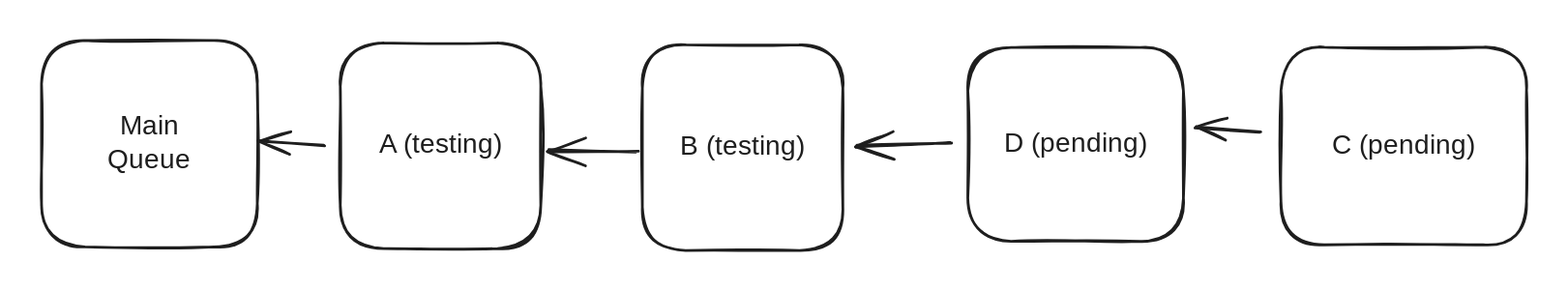
The Excalidraw diagram .gitbook/assets/file.excalidraw (1).svg in trunk-io/docs, before a commit. Source tidied: one line per element, renumbered; positions are measured from the earlier drawing's top-left corner, leaving out a move shared by most shapes.
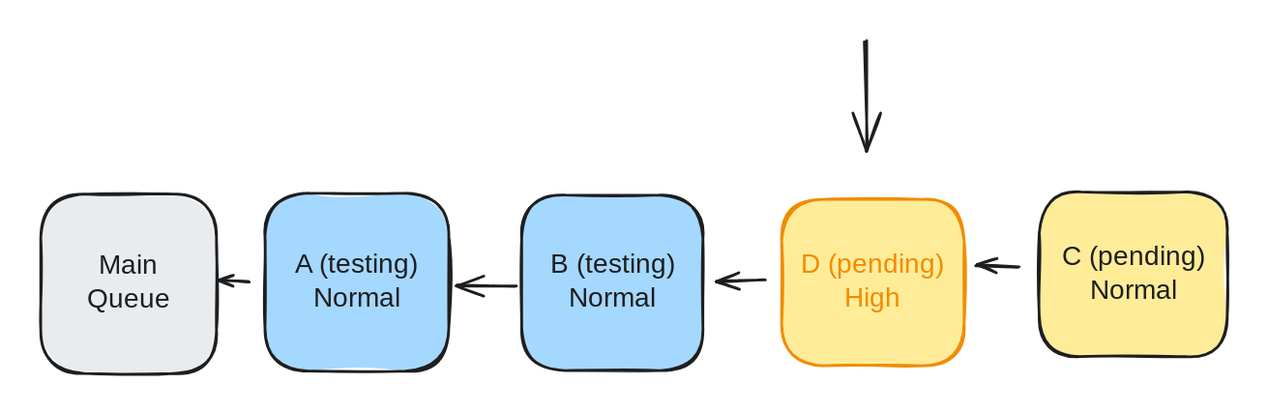
The same file after the commit.

The edit, as a diff of the source:
```diff
@@ -1,14 +1,15 @@
-{"id": 0, "type": "rectangle", "strokeColor": "#1e1e1e", "strokeWidth": 2, "roughness": 1, "round": true, "x": 0, "y": 0, "width": 160, "height": 153}
+{"id": 0, "type": "rectangle", "strokeColor": "#1e1e1e", "backgroundColor": "#e9ecef", "fillStyle": "solid", "strokeWidth": 2, "roughness": 1, "round": true, "x": 49, "y": 10, "width": 130, "height": 132}
-{"id": 1, "type": "text", "text": "Main\nQueue", "strokeColor": "#1e1e1e", "strokeWidth": 2, "roughness": 1, "fontSize": 20, "fontFamily": 1, "textAlign": "center", "verticalAlign": "middle", "inside": 0, "x": 50, "y": 51, "width": 59, "height": 50}
+{"id": 1, "type": "text", "text": "Main\nQueue", "strokeColor": "#1e1e1e", "strokeWidth": 2, "roughness": 1, "fontSize": 20, "fontFamily": 1, "textAlign": "center", "verticalAlign": "middle", "inside": 0, "x": 85, "y": 52, "width": 59, "height": 50}
-{"id": 2, "type": "rectangle", "strokeColor": "#1e1e1e", "strokeWidth": 2, "roughness": 1, "round": true, "x": 221, "y": 2, "width": 148, "height": 152}
+{"id": 2, "type": "rectangle", "strokeColor": "#1e1e1e", "backgroundColor": "#a5d8ff", "fillStyle": "solid", "strokeWidth": 2, "roughness": 1, "round": true, "x": 215, "y": 10, "width": 136, "height": 132}
-{"id": 3, "type": "text", "text": "A (testing)", "strokeColor": "#1e1e1e", "strokeWidth": 2, "roughness": 1, "fontSize": 20, "fontFamily": 1, "textAlign": "center", "verticalAlign": "middle", "inside": 2, "x": 242, "y": 65, "width": 106, "height": 25}
+{"id": 3, "type": "text", "text": "A (testing)\nNormal", "strokeColor": "#1e1e1e", "strokeWidth": 2, "roughness": 1, "fontSize": 20, "fontFamily": 1, "textAlign": "center", "verticalAlign": "middle", "inside": 2, "x": 230, "y": 51, "width": 106, "height": 50}
-{"id": 4, "type": "arrow", "strokeColor": "#1e1e1e", "strokeWidth": 2, "roughness": 1, "endArrowhead": "arrow", "round": true, "from": 2, "to": 0, "x": 209, "y": 78, "width": 49, "height": 3, "points": [[0, 0], [-49, -3]]}
+{"id": 4, "type": "arrow", "strokeColor": "#1e1e1e", "strokeWidth": 2, "roughness": 1, "endArrowhead": "arrow", "round": true, "from": 2, "to": 0, "x": 204, "y": 76, "width": 23, "height": 1, "points": [[0, 0], [-23, -1]]}
-{"id": 5, "type": "rectangle", "strokeColor": "#1e1e1e", "strokeWidth": 2, "roughness": 1, "round": true, "x": 444, "y": 3, "width": 148, "height": 152}
+{"id": 5, "type": "rectangle", "strokeColor": "#1e1e1e", "backgroundColor": "#a5d8ff", "fillStyle": "solid", "strokeWidth": 2, "roughness": 1, "round": true, "x": 405, "y": 11, "width": 134, "height": 130}
-{"id": 6, "type": "text", "text": "B (testing)", "strokeColor": "#1e1e1e", "strokeWidth": 2, "roughness": 1, "fontSize": 20, "fontFamily": 1, "textAlign": "center", "verticalAlign": "middle", "inside": 5, "x": 464, "y": 67, "width": 108, "height": 25}
+{"id": 6, "type": "text", "text": "B (testing)\nNormal", "strokeColor": "#1e1e1e", "strokeWidth": 2, "roughness": 1, "fontSize": 20, "fontFamily": 1, "textAlign": "center", "verticalAlign": "middle", "inside": 5, "x": 418, "y": 51, "width": 108, "height": 50}
-{"id": 7, "type": "arrow", "strokeColor": "#1e1e1e", "strokeWidth": 2, "roughness": 1, "endArrowhead": "arrow", "round": true, "from": 5, "to": 2, "x": 439, "y": 82, "width": 64, "height": 1, "points": [[0, 0], [-64, -1]]}
+{"id": 7, "type": "arrow", "strokeColor": "#1e1e1e", "strokeWidth": 2, "roughness": 1, "endArrowhead": "arrow", "round": true, "from": 5, "to": 2, "x": 400, "y": 78, "width": 43, "height": 1, "points": [[0, 0], [-43, -1]]}
-{"id": 8, "type": "rectangle", "strokeColor": "#1e1e1e", "strokeWidth": 2, "roughness": 1, "round": true, "x": 916, "y": 5, "width": 181, "height": 146}
+{"id": 8, "type": "rectangle", "strokeColor": "#1e1e1e", "backgroundColor": "#ffec99", "fillStyle": "solid", "strokeWidth": 2, "roughness": 1, "round": true, "x": 787, "y": 9, "width": 139, "height": 122}
-{"id": 9, "type": "text", "text": "C (pending)", "strokeColor": "#1e1e1e", "strokeWidth": 2, "roughness": 1, "fontSize": 20, "fontFamily": 1, "textAlign": "center", "verticalAlign": "middle", "inside": 8, "x": 955, "y": 65, "width": 103, "height": 25}
+{"id": 9, "type": "text", "text": "C (pending)\nNormal", "strokeColor": "#1e1e1e", "strokeWidth": 2, "roughness": 1, "fontSize": 20, "fontFamily": 1, "textAlign": "center", "verticalAlign": "middle", "inside": 8, "x": 805, "y": 45, "width": 103, "height": 50}
-{"id": 10, "type": "arrow", "strokeColor": "#1e1e1e", "strokeWidth": 2, "roughness": 1, "endArrowhead": "arrow", "round": true, "from": 11, "to": 5, "x": 673, "y": 75, "width": 70, "height": 3, "points": [[0, 0], [-70, 3]]}
+{"id": 10, "type": "arrow", "strokeColor": "#1e1e1e", "strokeWidth": 2, "roughness": 1, "endArrowhead": "arrow", "round": true, "from": 11, "to": 5, "x": 585, "y": 73, "width": 36, "height": 1, "points": [[0, 0], [-36, 1]]}
-{"id": 11, "type": "rectangle", "strokeColor": "#1e1e1e", "strokeWidth": 2, "roughness": 1, "round": true, "x": 685, "y": 5, "width": 159, "height": 143}
+{"id": 11, "type": "rectangle", "strokeColor": "#f08c00", "backgroundColor": "#ffec99", "fillStyle": "solid", "strokeWidth": 2, "roughness": 1, "round": true, "x": 597, "y": 14, "width": 135, "height": 123}
-{"id": 12, "type": "text", "text": "D (pending)", "strokeColor": "#1e1e1e", "strokeWidth": 2, "roughness": 1, "fontSize": 20, "fontFamily": 1, "textAlign": "center", "verticalAlign": "middle", "inside": 11, "x": 711, "y": 64, "width": 106, "height": 25}
+{"id": 12, "type": "text", "text": "D (pending)\nHigh", "strokeColor": "#f08c00", "strokeWidth": 2, "roughness": 1, "fontSize": 20, "fontFamily": 1, "textAlign": "center", "verticalAlign": "middle", "inside": 11, "x": 611, "y": 51, "width": 106, "height": 50}
-{"id": 13, "type": "arrow", "strokeColor": "#1e1e1e", "strokeWidth": 2, "roughness": 1, "endArrowhead": "arrow", "round": true, "from": 8, "to": 11, "x": 901, "y": 68, "width": 47, "height": 3, "points": [[0, 0], [-47, -3]]}
+{"id": 13, "type": "arrow", "strokeColor": "#1e1e1e", "strokeWidth": 2, "roughness": 1, "endArrowhead": "arrow", "round": true, "from": 8, "to": 11, "x": 772, "y": 64, "width": 31, "height": 1, "points": [[0, 0], [-31, -1]]}
+{"id": 14, "type": "arrow", "strokeColor": "#1e1e1e", "strokeWidth": 2, "roughness": 1, "endArrowhead": "arrow", "round": true, "x": 659, "y": -103, "width": 1, "height": 80, "points": [[0, 0], [1, 80]]}
```
